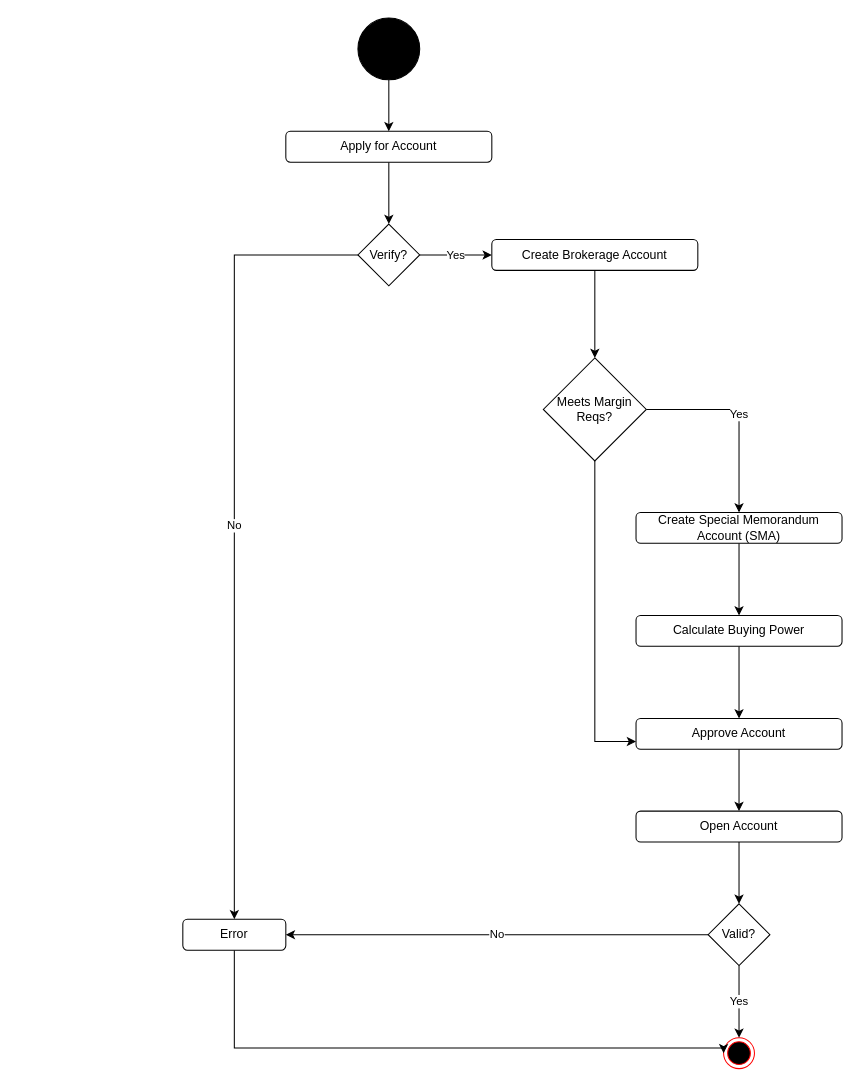
Earlier version of the draw.io diagram UC1:CreateAccount.drawio (dgboulger/SpoofTraderMarket). Source tidied: cells renumbered, new cells numbered last; positions are measured from the earlier drawing's top-left corner, leaving out a move shared by most shapes. Both pictures are drawn from the tidied source at 103%, with x=0, y=0 at pixel (182, 18).
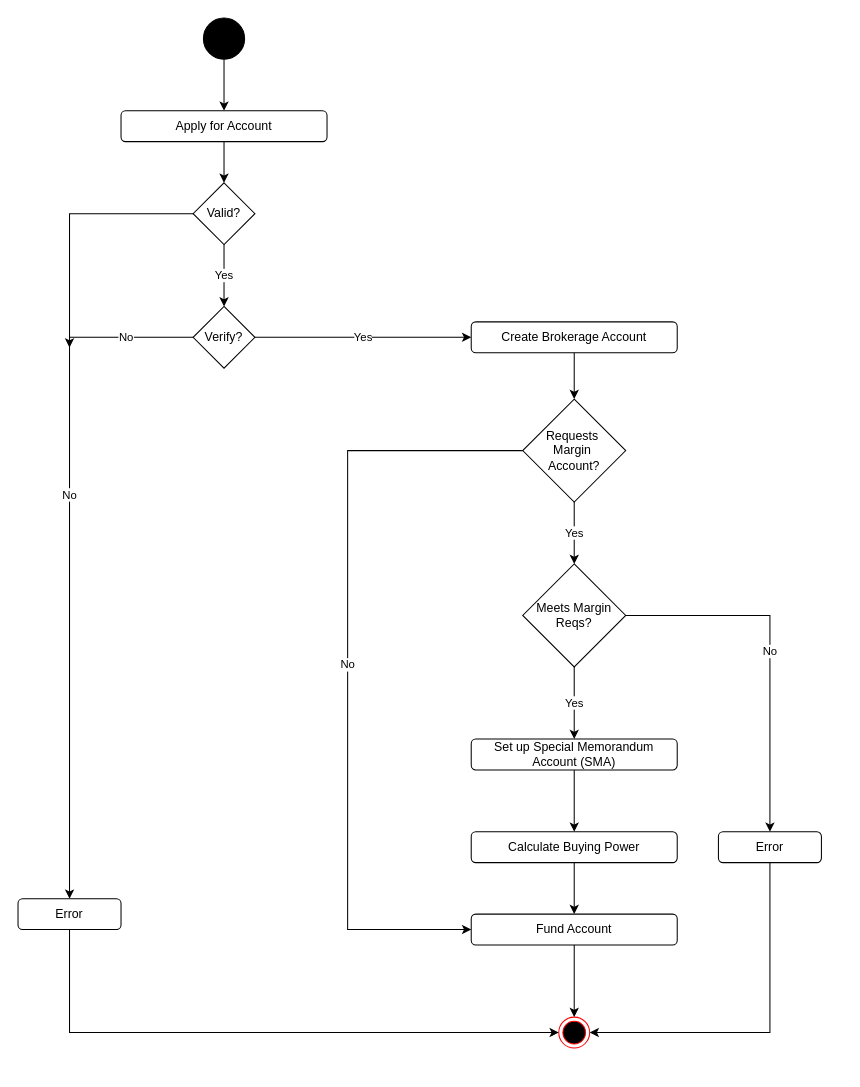
After the change.

What changed in the source:
```diff
@@
     <mxCell id="3" style="ellipse;whiteSpace=wrap;html=1;fillColor=#000000;" parent="1" vertex="1">
-      <mxGeometry x="170" width="60" height="60" as="geometry" />
+      <mxGeometry x="20" width="40" height="40" as="geometry" />
     </mxCell>
@@
     <mxCell id="5" value="Apply for Account" style="rounded=1;whiteSpace=wrap;html=1;fillColor=#FFFFFF;" parent="1" vertex="1">
-      <mxGeometry x="100" y="110" width="200" height="30" as="geometry" />
+      <mxGeometry x="-60" y="90" width="200" height="30" as="geometry" />
     </mxCell>
-    <mxCell id="6" value="Yes" style="edgeStyle=orthogonalEdgeStyle;rounded=0;jettySize=auto;html=1;entryX=0;entryY=0.5;entryDx=0;entryDy=0;" parent="1" edge="1" source="8" target="20">
+    <mxCell id="6" value="Yes" style="edgeStyle=orthogonalEdgeStyle;rounded=0;jettySize=auto;html=1;entryX=0.5;entryY=0;entryDx=0;entryDy=0;" parent="1" edge="1" source="8" target="34">
       <mxGeometry relative="1" as="geometry" />
     </mxCell>
@@
-    <mxCell id="8" value="Verify?" style="rhombus;whiteSpace=wrap;html=1;fillColor=#FFFFFF;" parent="1" vertex="1">
-      <mxGeometry x="170" y="200" width="60" height="60" as="geometry" />
+    <mxCell id="8" value="Valid?" style="rhombus;whiteSpace=wrap;html=1;fillColor=#FFFFFF;" parent="1" vertex="1">
+      <mxGeometry x="10" y="160" width="60" height="60" as="geometry" />
     </mxCell>
-    <mxCell id="9" value="Yes" style="edgeStyle=orthogonalEdgeStyle;rounded=0;jettySize=auto;html=1;exitX=1;exitY=0.5;exitDx=0;exitDy=0;" parent="1" edge="1" source="11" target="13">
+    <mxCell id="9" value="Yes" style="edgeStyle=orthogonalEdgeStyle;rounded=0;jettySize=auto;html=1;exitX=0.5;exitY=1;exitDx=0;exitDy=0;" parent="1" edge="1" source="11" target="13">
       <mxGeometry relative="1" as="geometry" />
     </mxCell>
-    <mxCell id="10" style="edgeStyle=orthogonalEdgeStyle;rounded=0;jettySize=auto;html=1;entryX=0;entryY=0.75;entryDx=0;entryDy=0;" parent="1" edge="1" source="11" target="17">
-      <mxGeometry relative="1" as="geometry" />
+    <mxCell id="10" value="No" style="edgeStyle=orthogonalEdgeStyle;rounded=0;jettySize=auto;html=1;entryX=0;entryY=0.5;entryDx=0;entryDy=0;exitX=0;exitY=0.5;exitDx=0;exitDy=0;" parent="1" edge="1" source="31" target="24">
+      <mxGeometry relative="1" as="geometry">
+        <Array as="points">
+          <mxPoint x="160" y="420" />
+          <mxPoint x="160" y="885" />
+        </Array>
+      </mxGeometry>
     </mxCell>
+    <mxCell id="28" value="No" style="edgeStyle=orthogonalEdgeStyle;rounded=0;jettySize=auto;html=1;entryX=0.5;entryY=0;entryDx=0;entryDy=0;endArrow=classic;endFill=1;" parent="1" edge="1" source="11" target="36">
+      <mxGeometry relative="1" as="geometry" />
+    </mxCell>
-    <mxCell id="11" value="Meets Margin Reqs?" style="rhombus;whiteSpace=wrap;html=1;fillColor=#FFFFFF;" parent="1" vertex="1">
-      <mxGeometry x="350" y="330" width="100" height="100" as="geometry" />
+    <mxCell id="11" value="&lt;span&gt;Meets Margin Reqs?&lt;/span&gt;" style="rhombus;whiteSpace=wrap;html=1;fillColor=#FFFFFF;" parent="1" vertex="1">
+      <mxGeometry x="330" y="530" width="100" height="100" as="geometry" />
     </mxCell>
@@
-    <mxCell id="13" value="Create Special Memorandum Account (SMA)" style="rounded=1;whiteSpace=wrap;html=1;fillColor=#FFFFFF;" parent="1" vertex="1">
-      <mxGeometry x="440" y="480" width="200" height="30" as="geometry" />
+    <mxCell id="13" value="Set up Special Memorandum Account (SMA)" style="rounded=1;whiteSpace=wrap;html=1;fillColor=#FFFFFF;" parent="1" vertex="1">
+      <mxGeometry x="280" y="700" width="200" height="30" as="geometry" />
     </mxCell>
-    <mxCell id="14" style="edgeStyle=orthogonalEdgeStyle;rounded=0;jettySize=auto;html=1;" parent="1" edge="1" source="15" target="17">
-      <mxGeometry relative="1" as="geometry" />
-    </mxCell>
+    <mxCell id="29" style="edgeStyle=orthogonalEdgeStyle;rounded=0;jettySize=auto;html=1;endArrow=classic;endFill=1;" parent="1" edge="1" source="15" target="24">
+      <mxGeometry relative="1" as="geometry" />
+    </mxCell>
-    <mxCell id="15" value="Calculate Buying Power" style="rounded=1;whiteSpace=wrap;html=1;fillColor=#FFFFFF;" parent="1" vertex="1">
-      <mxGeometry x="440" y="580" width="200" height="30" as="geometry" />
+    <mxCell id="15" value="&lt;span&gt;Calculate Buying Power&lt;/span&gt;" style="rounded=1;whiteSpace=wrap;html=1;fillColor=#FFFFFF;" parent="1" vertex="1">
+      <mxGeometry x="280" y="790" width="200" height="30" as="geometry" />
     </mxCell>
-    <mxCell id="16" style="edgeStyle=orthogonalEdgeStyle;rounded=0;jettySize=auto;html=1;entryX=0.5;entryY=0;entryDx=0;entryDy=0;exitX=0.5;exitY=1;exitDx=0;exitDy=0;" parent="1" edge="1" source="17" target="24">
-      <mxGeometry relative="1" as="geometry" />
-    </mxCell>
-    <mxCell id="17" value="Approve Account" style="rounded=1;whiteSpace=wrap;html=1;fillColor=#FFFFFF;" parent="1" vertex="1">
-      <mxGeometry x="440" y="680" width="200" height="30" as="geometry" />
-    </mxCell>
     <mxCell id="18" style="ellipse;html=1;shape=endState;fillColor=#000000;strokeColor=#ff0000;" parent="1" vertex="1">
-      <mxGeometry x="525" y="990" width="30" height="30" as="geometry" />
+      <mxGeometry x="365" y="970" width="30" height="30" as="geometry" />
     </mxCell>
-    <mxCell id="19" style="edgeStyle=orthogonalEdgeStyle;rounded=0;jettySize=auto;html=1;" parent="1" edge="1" source="20" target="11">
+    <mxCell id="19" style="edgeStyle=orthogonalEdgeStyle;rounded=0;jettySize=auto;html=1;entryX=0.5;entryY=0;entryDx=0;entryDy=0;exitX=0.5;exitY=1;exitDx=0;exitDy=0;" parent="1" edge="1" source="20" target="31">
       <mxGeometry relative="1" as="geometry" />
     </mxCell>
     <mxCell id="20" value="Create Brokerage Account" style="rounded=1;whiteSpace=wrap;html=1;fillColor=#FFFFFF;" parent="1" vertex="1">
-      <mxGeometry x="300" y="215" width="200" height="30" as="geometry" />
+      <mxGeometry x="280" y="295" width="200" height="30" as="geometry" />
     </mxCell>
     <mxCell id="21" style="edgeStyle=orthogonalEdgeStyle;rounded=0;jettySize=auto;html=1;entryX=0;entryY=0.5;entryDx=0;entryDy=0;" parent="1" edge="1" source="22" target="18">
       <mxGeometry relative="1" as="geometry">
         <Array as="points">
-          <mxPoint x="50" y="1000" />
-          <mxPoint x="525" y="1000" />
+          <mxPoint x="-110" y="985" />
         </Array>
       </mxGeometry>
     </mxCell>
     <mxCell id="22" value="Error" style="rounded=1;whiteSpace=wrap;html=1;fillColor=#FFFFFF;" parent="1" vertex="1">
-      <mxGeometry y="875" width="100" height="30" as="geometry" />
+      <mxGeometry x="-160" y="855" width="100" height="30" as="geometry" />
     </mxCell>
-    <mxCell id="23" style="edgeStyle=orthogonalEdgeStyle;rounded=0;jettySize=auto;html=1;entryX=0.5;entryY=0;entryDx=0;entryDy=0;exitX=0.5;exitY=1;exitDx=0;exitDy=0;" parent="1" edge="1" source="24" target="27">
+    <mxCell id="23" style="edgeStyle=orthogonalEdgeStyle;rounded=0;jettySize=auto;html=1;entryX=0.5;entryY=0;entryDx=0;entryDy=0;exitX=0.5;exitY=1;exitDx=0;exitDy=0;" parent="1" edge="1" source="24" target="18">
       <mxGeometry relative="1" as="geometry" />
     </mxCell>
-    <mxCell id="24" value="Open Account" style="rounded=1;whiteSpace=wrap;html=1;fillColor=#FFFFFF;" parent="1" vertex="1">
-      <mxGeometry x="440" y="770" width="200" height="30" as="geometry" />
+    <mxCell id="24" value="Fund Account" style="rounded=1;whiteSpace=wrap;html=1;fillColor=#FFFFFF;" parent="1" vertex="1">
+      <mxGeometry x="280" y="870" width="200" height="30" as="geometry" />
     </mxCell>
-    <mxCell id="25" value="Yes" style="edgeStyle=orthogonalEdgeStyle;rounded=0;jettySize=auto;html=1;" parent="1" edge="1" source="27" target="18">
-      <mxGeometry relative="1" as="geometry" />
-    </mxCell>
-    <mxCell id="26" value="No" style="edgeStyle=orthogonalEdgeStyle;rounded=0;jettySize=auto;html=1;entryX=1;entryY=0.5;entryDx=0;entryDy=0;" parent="1" edge="1" source="27" target="22">
-      <mxGeometry relative="1" as="geometry" />
-    </mxCell>
-    <mxCell id="27" value="Valid?" style="rhombus;whiteSpace=wrap;html=1;fillColor=#FFFFFF;" parent="1" vertex="1">
-      <mxGeometry x="510" y="860" width="60" height="60" as="geometry" />
-    </mxCell>
+    <mxCell id="30" value="Yes" style="edgeStyle=orthogonalEdgeStyle;rounded=0;jettySize=auto;html=1;entryX=0.5;entryY=0;entryDx=0;entryDy=0;" parent="1" edge="1" source="31" target="11">
+      <mxGeometry relative="1" as="geometry" />
+    </mxCell>
+    <mxCell id="31" value="Requests&amp;nbsp;&lt;br&gt;Margin&amp;nbsp;&lt;br&gt;Account?" style="rhombus;whiteSpace=wrap;html=1;fillColor=#FFFFFF;" parent="1" vertex="1">
+      <mxGeometry x="330" y="370" width="100" height="100" as="geometry" />
+    </mxCell>
+    <mxCell id="32" value="No" style="edgeStyle=orthogonalEdgeStyle;rounded=0;jettySize=auto;html=1;endArrow=classic;endFill=1;exitX=0;exitY=0.5;exitDx=0;exitDy=0;" parent="1" edge="1" source="34">
+      <mxGeometry relative="1" as="geometry">
+        <mxPoint x="-110" y="320" as="targetPoint" />
+        <Array as="points">
+          <mxPoint x="-110" y="310" />
+        </Array>
+      </mxGeometry>
+    </mxCell>
+    <mxCell id="33" value="Yes" style="edgeStyle=orthogonalEdgeStyle;rounded=0;jettySize=auto;html=1;entryX=0;entryY=0.5;entryDx=0;entryDy=0;endArrow=classic;endFill=1;" parent="1" edge="1" source="34" target="20">
+      <mxGeometry relative="1" as="geometry" />
+    </mxCell>
+    <mxCell id="34" value="Verify?" style="rhombus;whiteSpace=wrap;html=1;fillColor=#FFFFFF;" parent="1" vertex="1">
+      <mxGeometry x="10" y="280" width="60" height="60" as="geometry" />
+    </mxCell>
+    <mxCell id="35" style="edgeStyle=orthogonalEdgeStyle;rounded=0;jettySize=auto;html=1;entryX=1;entryY=0.5;entryDx=0;entryDy=0;endArrow=classic;endFill=1;exitX=0.5;exitY=1;exitDx=0;exitDy=0;" parent="1" edge="1" source="36" target="18">
+      <mxGeometry relative="1" as="geometry" />
+    </mxCell>
+    <mxCell id="36" value="Error" style="rounded=1;whiteSpace=wrap;html=1;fillColor=#FFFFFF;" parent="1" vertex="1">
+      <mxGeometry x="520" y="790" width="100" height="30" as="geometry" />
+    </mxCell>
```
